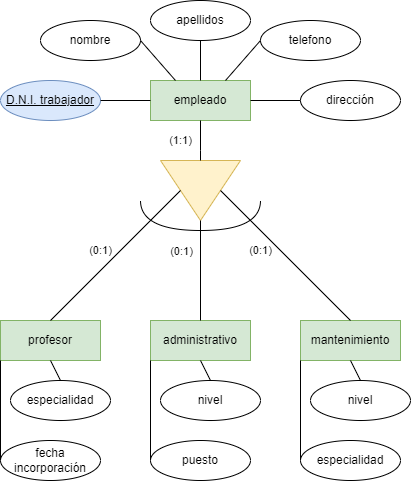
Earlier version of the draw.io export Tareas/Tema 2/Tarea 7/img/Ejercicio7-Paso 3.drawio.png (JCarlosAR032/base-de-datos). Source tidied: cells renumbered, new cells last; positions are measured from the earlier drawing's top-left corner, leaving out a move shared by most shapes. Its diagram source:
```xml
<mxGraphModel>
  <root>
    <mxCell id="0" />
    <mxCell id="1" parent="0" />
    <mxCell id="2" value="empleado" style="whiteSpace=wrap;html=1;align=center;fillColor=#d5e8d4;strokeColor=#82b366;" parent="1" vertex="1">
      <mxGeometry x="150" y="80" width="100" height="40" as="geometry" />
    </mxCell>
    <mxCell id="3" value="administrativo" style="whiteSpace=wrap;html=1;align=center;fillColor=#d5e8d4;strokeColor=#82b366;" parent="1" vertex="1">
      <mxGeometry x="150" y="320" width="100" height="40" as="geometry" />
    </mxCell>
    <mxCell id="4" value="profesor" style="whiteSpace=wrap;html=1;align=center;fillColor=#d5e8d4;strokeColor=#82b366;" parent="1" vertex="1">
      <mxGeometry y="320" width="100" height="40" as="geometry" />
    </mxCell>
    <mxCell id="5" value="mantenimiento" style="whiteSpace=wrap;html=1;align=center;fillColor=#d5e8d4;strokeColor=#82b366;" parent="1" vertex="1">
      <mxGeometry x="300" y="320" width="100" height="40" as="geometry" />
    </mxCell>
    <mxCell id="6" style="triangle;whiteSpace=wrap;html=1;rotation=90;fillColor=#fff2cc;strokeColor=#d6b656;" parent="1" vertex="1">
      <mxGeometry x="170" y="150" width="60" height="80" as="geometry" />
    </mxCell>
    <mxCell id="7" style="endArrow=none;html=1;rounded=0;entryX=0.5;entryY=1;entryDx=0;entryDy=0;exitX=0.5;exitY=0;exitDx=0;exitDy=0;" parent="1" edge="1" source="4" target="6">
      <mxGeometry relative="1" as="geometry" />
    </mxCell>
    <mxCell id="8" value="(0:1)" style="edgeLabel;html=1;align=center;verticalAlign=middle;" parent="7" vertex="1">
      <mxGeometry x="-0.16" y="1" relative="1" as="geometry">
        <mxPoint x="-4" y="-15" as="offset" />
      </mxGeometry>
    </mxCell>
    <mxCell id="9" style="endArrow=none;html=1;rounded=0;exitX=0.5;exitY=0;exitDx=0;exitDy=0;entryX=0.5;entryY=0;entryDx=0;entryDy=0;" parent="1" edge="1" source="6" target="5">
      <mxGeometry relative="1" as="geometry" />
    </mxCell>
    <mxCell id="10" value="(0:1)" style="edgeLabel;html=1;align=center;verticalAlign=middle;" parent="9" vertex="1">
      <mxGeometry x="-0.35" relative="1" as="geometry">
        <mxPoint x="-2" y="18" as="offset" />
      </mxGeometry>
    </mxCell>
    <mxCell id="11" style="endArrow=none;html=1;rounded=0;exitX=0.5;exitY=0;exitDx=0;exitDy=0;entryX=1;entryY=0.5;entryDx=0;entryDy=0;" parent="1" edge="1" source="3" target="6">
      <mxGeometry relative="1" as="geometry" />
    </mxCell>
    <mxCell id="12" value="(0:1)" style="edgeLabel;html=1;align=center;verticalAlign=middle;" parent="11" vertex="1">
      <mxGeometry x="0.38" y="-1" relative="1" as="geometry">
        <mxPoint x="-21" y="-1" as="offset" />
      </mxGeometry>
    </mxCell>
    <mxCell id="13" value="(1:1)" style="endArrow=none;html=1;rounded=0;exitX=0.5;exitY=1;exitDx=0;exitDy=0;entryX=0;entryY=0.5;entryDx=0;entryDy=0;" parent="1" edge="1" source="2" target="6">
      <mxGeometry y="-20" relative="1" as="geometry">
        <Array as="points">
          <mxPoint x="200" y="150" />
        </Array>
      </mxGeometry>
    </mxCell>
    <mxCell id="14" style="endArrow=none;html=1;rounded=0;edgeStyle=orthogonalEdgeStyle;curved=1;" parent="1" edge="1">
      <mxGeometry relative="1" as="geometry">
        <mxPoint x="140" y="200" as="sourcePoint" />
        <mxPoint x="260" y="200" as="targetPoint" />
        <Array as="points">
          <mxPoint x="140" y="230" />
          <mxPoint x="260" y="230" />
        </Array>
      </mxGeometry>
    </mxCell>
    <mxCell id="15" value="D.N.I. trabajador" style="ellipse;whiteSpace=wrap;html=1;align=center;fontStyle=4;fillColor=#dae8fc;strokeColor=#6c8ebf;" parent="1" vertex="1">
      <mxGeometry y="80" width="100" height="40" as="geometry" />
    </mxCell>
    <mxCell id="16" value="nombre" style="ellipse;whiteSpace=wrap;html=1;align=center;" parent="1" vertex="1">
      <mxGeometry x="40" y="20" width="100" height="40" as="geometry" />
    </mxCell>
    <mxCell id="17" value="apellidos" style="ellipse;whiteSpace=wrap;html=1;align=center;" parent="1" vertex="1">
      <mxGeometry x="150" width="100" height="40" as="geometry" />
    </mxCell>
    <mxCell id="18" value="telefono" style="ellipse;whiteSpace=wrap;html=1;align=center;" parent="1" vertex="1">
      <mxGeometry x="260" y="20" width="100" height="40" as="geometry" />
    </mxCell>
    <mxCell id="19" value="nivel" style="ellipse;whiteSpace=wrap;html=1;align=center;" parent="1" vertex="1">
      <mxGeometry x="310" y="380" width="100" height="40" as="geometry" />
    </mxCell>
    <mxCell id="20" value="especialidad" style="ellipse;whiteSpace=wrap;html=1;align=center;" parent="1" vertex="1">
      <mxGeometry x="300" y="440" width="100" height="40" as="geometry" />
    </mxCell>
    <mxCell id="21" value="dirección" style="ellipse;whiteSpace=wrap;html=1;align=center;" parent="1" vertex="1">
      <mxGeometry x="300" y="80" width="100" height="40" as="geometry" />
    </mxCell>
    <mxCell id="22" value="nivel" style="ellipse;whiteSpace=wrap;html=1;align=center;" parent="1" vertex="1">
      <mxGeometry x="160" y="380" width="100" height="40" as="geometry" />
    </mxCell>
    <mxCell id="23" value="puesto" style="ellipse;whiteSpace=wrap;html=1;align=center;" parent="1" vertex="1">
      <mxGeometry x="150" y="440" width="100" height="40" as="geometry" />
    </mxCell>
    <mxCell id="24" value="especialidad" style="ellipse;whiteSpace=wrap;html=1;align=center;" parent="1" vertex="1">
      <mxGeometry x="10" y="380" width="100" height="40" as="geometry" />
    </mxCell>
    <mxCell id="25" value="fecha incorporación" style="ellipse;whiteSpace=wrap;html=1;align=center;" parent="1" vertex="1">
      <mxGeometry y="440" width="100" height="40" as="geometry" />
    </mxCell>
    <mxCell id="26" style="endArrow=none;html=1;rounded=0;curved=1;exitX=0;exitY=0.5;exitDx=0;exitDy=0;entryX=0;entryY=1;entryDx=0;entryDy=0;" parent="1" edge="1" source="25" target="4">
      <mxGeometry relative="1" as="geometry" />
    </mxCell>
    <mxCell id="27" style="endArrow=none;html=1;rounded=0;curved=1;entryX=0;entryY=0.5;entryDx=0;entryDy=0;exitX=0;exitY=1;exitDx=0;exitDy=0;" parent="1" edge="1" source="3" target="23">
      <mxGeometry relative="1" as="geometry" />
    </mxCell>
    <mxCell id="28" style="endArrow=none;html=1;rounded=0;curved=1;exitX=0;exitY=1;exitDx=0;exitDy=0;entryX=0;entryY=0.5;entryDx=0;entryDy=0;" parent="1" edge="1" source="5" target="20">
      <mxGeometry relative="1" as="geometry" />
    </mxCell>
    <mxCell id="29" style="endArrow=none;html=1;rounded=0;curved=1;exitX=0.5;exitY=1;exitDx=0;exitDy=0;entryX=0.5;entryY=0;entryDx=0;entryDy=0;" parent="1" edge="1" source="4" target="24">
      <mxGeometry relative="1" as="geometry" />
    </mxCell>
    <mxCell id="30" style="endArrow=none;html=1;rounded=0;curved=1;exitX=0.5;exitY=1;exitDx=0;exitDy=0;entryX=0.5;entryY=0;entryDx=0;entryDy=0;" parent="1" edge="1" source="3" target="22">
      <mxGeometry relative="1" as="geometry" />
    </mxCell>
    <mxCell id="31" style="endArrow=none;html=1;rounded=0;curved=1;exitX=0.5;exitY=1;exitDx=0;exitDy=0;entryX=0.5;entryY=0;entryDx=0;entryDy=0;" parent="1" edge="1" source="5" target="19">
      <mxGeometry relative="1" as="geometry" />
    </mxCell>
    <mxCell id="32" style="endArrow=none;html=1;rounded=0;curved=1;entryX=1;entryY=0.5;entryDx=0;entryDy=0;exitX=0;exitY=0.5;exitDx=0;exitDy=0;" parent="1" edge="1" source="2" target="15">
      <mxGeometry relative="1" as="geometry" />
    </mxCell>
    <mxCell id="33" style="endArrow=none;html=1;rounded=0;curved=1;exitX=1;exitY=0.5;exitDx=0;exitDy=0;entryX=0.25;entryY=0;entryDx=0;entryDy=0;" parent="1" edge="1" source="16" target="2">
      <mxGeometry relative="1" as="geometry" />
    </mxCell>
    <mxCell id="34" style="endArrow=none;html=1;rounded=0;curved=1;entryX=0;entryY=0.5;entryDx=0;entryDy=0;exitX=0.75;exitY=0;exitDx=0;exitDy=0;" parent="1" edge="1" source="2" target="18">
      <mxGeometry relative="1" as="geometry" />
    </mxCell>
    <mxCell id="35" style="endArrow=none;html=1;rounded=0;curved=1;exitX=0.5;exitY=1;exitDx=0;exitDy=0;entryX=0.5;entryY=0;entryDx=0;entryDy=0;" parent="1" edge="1" source="17" target="2">
      <mxGeometry relative="1" as="geometry" />
    </mxCell>
    <mxCell id="36" style="endArrow=none;html=1;rounded=0;curved=1;exitX=1;exitY=0.5;exitDx=0;exitDy=0;entryX=0;entryY=0.5;entryDx=0;entryDy=0;" parent="1" edge="1" source="2" target="21">
      <mxGeometry relative="1" as="geometry" />
    </mxCell>
  </root>
</mxGraphModel>
```
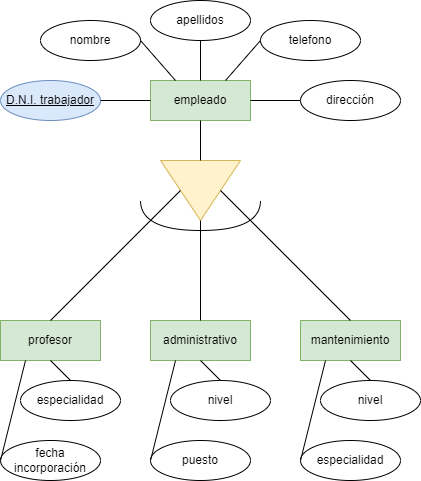
The same file after the commit.

Change to the diagram source:
```diff
@@ -20,34 +20,12 @@
     <mxCell id="7" style="endArrow=none;html=1;rounded=0;entryX=0.5;entryY=1;entryDx=0;entryDy=0;exitX=0.5;exitY=0;exitDx=0;exitDy=0;" parent="1" edge="1" source="4" target="6">
       <mxGeometry relative="1" as="geometry" />
     </mxCell>
-    <mxCell id="8" value="(0:1)" style="edgeLabel;html=1;align=center;verticalAlign=middle;" parent="7" vertex="1">
-      <mxGeometry x="-0.16" y="1" relative="1" as="geometry">
-        <mxPoint x="-4" y="-15" as="offset" />
-      </mxGeometry>
-    </mxCell>
     <mxCell id="9" style="endArrow=none;html=1;rounded=0;exitX=0.5;exitY=0;exitDx=0;exitDy=0;entryX=0.5;entryY=0;entryDx=0;entryDy=0;" parent="1" edge="1" source="6" target="5">
       <mxGeometry relative="1" as="geometry" />
     </mxCell>
-    <mxCell id="10" value="(0:1)" style="edgeLabel;html=1;align=center;verticalAlign=middle;" parent="9" vertex="1">
-      <mxGeometry x="-0.35" relative="1" as="geometry">
-        <mxPoint x="-2" y="18" as="offset" />
-      </mxGeometry>
-    </mxCell>
     <mxCell id="11" style="endArrow=none;html=1;rounded=0;exitX=0.5;exitY=0;exitDx=0;exitDy=0;entryX=1;entryY=0.5;entryDx=0;entryDy=0;" parent="1" edge="1" source="3" target="6">
       <mxGeometry relative="1" as="geometry" />
     </mxCell>
-    <mxCell id="12" value="(0:1)" style="edgeLabel;html=1;align=center;verticalAlign=middle;" parent="11" vertex="1">
-      <mxGeometry x="0.38" y="-1" relative="1" as="geometry">
-        <mxPoint x="-21" y="-1" as="offset" />
-      </mxGeometry>
-    </mxCell>
-    <mxCell id="13" value="(1:1)" style="endArrow=none;html=1;rounded=0;exitX=0.5;exitY=1;exitDx=0;exitDy=0;entryX=0;entryY=0.5;entryDx=0;entryDy=0;" parent="1" edge="1" source="2" target="6">
-      <mxGeometry y="-20" relative="1" as="geometry">
-        <Array as="points">
-          <mxPoint x="200" y="150" />
-        </Array>
-      </mxGeometry>
-    </mxCell>
     <mxCell id="14" style="endArrow=none;html=1;rounded=0;edgeStyle=orthogonalEdgeStyle;curved=1;" parent="1" edge="1">
       <mxGeometry relative="1" as="geometry">
         <mxPoint x="140" y="200" as="sourcePoint" />
@@ -71,7 +49,7 @@
       <mxGeometry x="260" y="20" width="100" height="40" as="geometry" />
     </mxCell>
     <mxCell id="19" value="nivel" style="ellipse;whiteSpace=wrap;html=1;align=center;" parent="1" vertex="1">
-      <mxGeometry x="310" y="380" width="100" height="40" as="geometry" />
+      <mxGeometry x="320" y="380" width="100" height="40" as="geometry" />
     </mxCell>
     <mxCell id="20" value="especialidad" style="ellipse;whiteSpace=wrap;html=1;align=center;" parent="1" vertex="1">
       <mxGeometry x="300" y="440" width="100" height="40" as="geometry" />
@@ -80,24 +58,24 @@
       <mxGeometry x="300" y="80" width="100" height="40" as="geometry" />
     </mxCell>
     <mxCell id="22" value="nivel" style="ellipse;whiteSpace=wrap;html=1;align=center;" parent="1" vertex="1">
-      <mxGeometry x="160" y="380" width="100" height="40" as="geometry" />
+      <mxGeometry x="170" y="380" width="100" height="40" as="geometry" />
     </mxCell>
     <mxCell id="23" value="puesto" style="ellipse;whiteSpace=wrap;html=1;align=center;" parent="1" vertex="1">
       <mxGeometry x="150" y="440" width="100" height="40" as="geometry" />
     </mxCell>
     <mxCell id="24" value="especialidad" style="ellipse;whiteSpace=wrap;html=1;align=center;" parent="1" vertex="1">
-      <mxGeometry x="10" y="380" width="100" height="40" as="geometry" />
+      <mxGeometry x="20" y="380" width="100" height="40" as="geometry" />
     </mxCell>
     <mxCell id="25" value="fecha incorporación" style="ellipse;whiteSpace=wrap;html=1;align=center;" parent="1" vertex="1">
       <mxGeometry y="440" width="100" height="40" as="geometry" />
     </mxCell>
-    <mxCell id="26" style="endArrow=none;html=1;rounded=0;curved=1;exitX=0;exitY=0.5;exitDx=0;exitDy=0;entryX=0;entryY=1;entryDx=0;entryDy=0;" parent="1" edge="1" source="25" target="4">
+    <mxCell id="26" style="endArrow=none;html=1;rounded=0;curved=1;exitX=0;exitY=0.5;exitDx=0;exitDy=0;entryX=0.25;entryY=1;entryDx=0;entryDy=0;" parent="1" edge="1" source="25" target="4">
       <mxGeometry relative="1" as="geometry" />
     </mxCell>
-    <mxCell id="27" style="endArrow=none;html=1;rounded=0;curved=1;entryX=0;entryY=0.5;entryDx=0;entryDy=0;exitX=0;exitY=1;exitDx=0;exitDy=0;" parent="1" edge="1" source="3" target="23">
+    <mxCell id="27" style="endArrow=none;html=1;rounded=0;curved=1;entryX=0;entryY=0.5;entryDx=0;entryDy=0;exitX=0.25;exitY=1;exitDx=0;exitDy=0;" parent="1" edge="1" source="3" target="23">
       <mxGeometry relative="1" as="geometry" />
     </mxCell>
-    <mxCell id="28" style="endArrow=none;html=1;rounded=0;curved=1;exitX=0;exitY=1;exitDx=0;exitDy=0;entryX=0;entryY=0.5;entryDx=0;entryDy=0;" parent="1" edge="1" source="5" target="20">
+    <mxCell id="28" style="endArrow=none;html=1;rounded=0;curved=1;exitX=0.25;exitY=1;exitDx=0;exitDy=0;entryX=0;entryY=0.5;entryDx=0;entryDy=0;" parent="1" edge="1" source="5" target="20">
       <mxGeometry relative="1" as="geometry" />
     </mxCell>
     <mxCell id="29" style="endArrow=none;html=1;rounded=0;curved=1;exitX=0.5;exitY=1;exitDx=0;exitDy=0;entryX=0.5;entryY=0;entryDx=0;entryDy=0;" parent="1" edge="1" source="4" target="24">
@@ -124,5 +102,8 @@
     <mxCell id="36" style="endArrow=none;html=1;rounded=0;curved=1;exitX=1;exitY=0.5;exitDx=0;exitDy=0;entryX=0;entryY=0.5;entryDx=0;entryDy=0;" parent="1" edge="1" source="2" target="21">
       <mxGeometry relative="1" as="geometry" />
     </mxCell>
+    <mxCell id="13" style="endArrow=none;html=1;rounded=0;curved=1;exitX=0.5;exitY=1;exitDx=0;exitDy=0;entryX=0;entryY=0.5;entryDx=0;entryDy=0;" parent="1" edge="1" source="2" target="6">
+      <mxGeometry relative="1" as="geometry" />
+    </mxCell>
   </root>
 </mxGraphModel>
```
